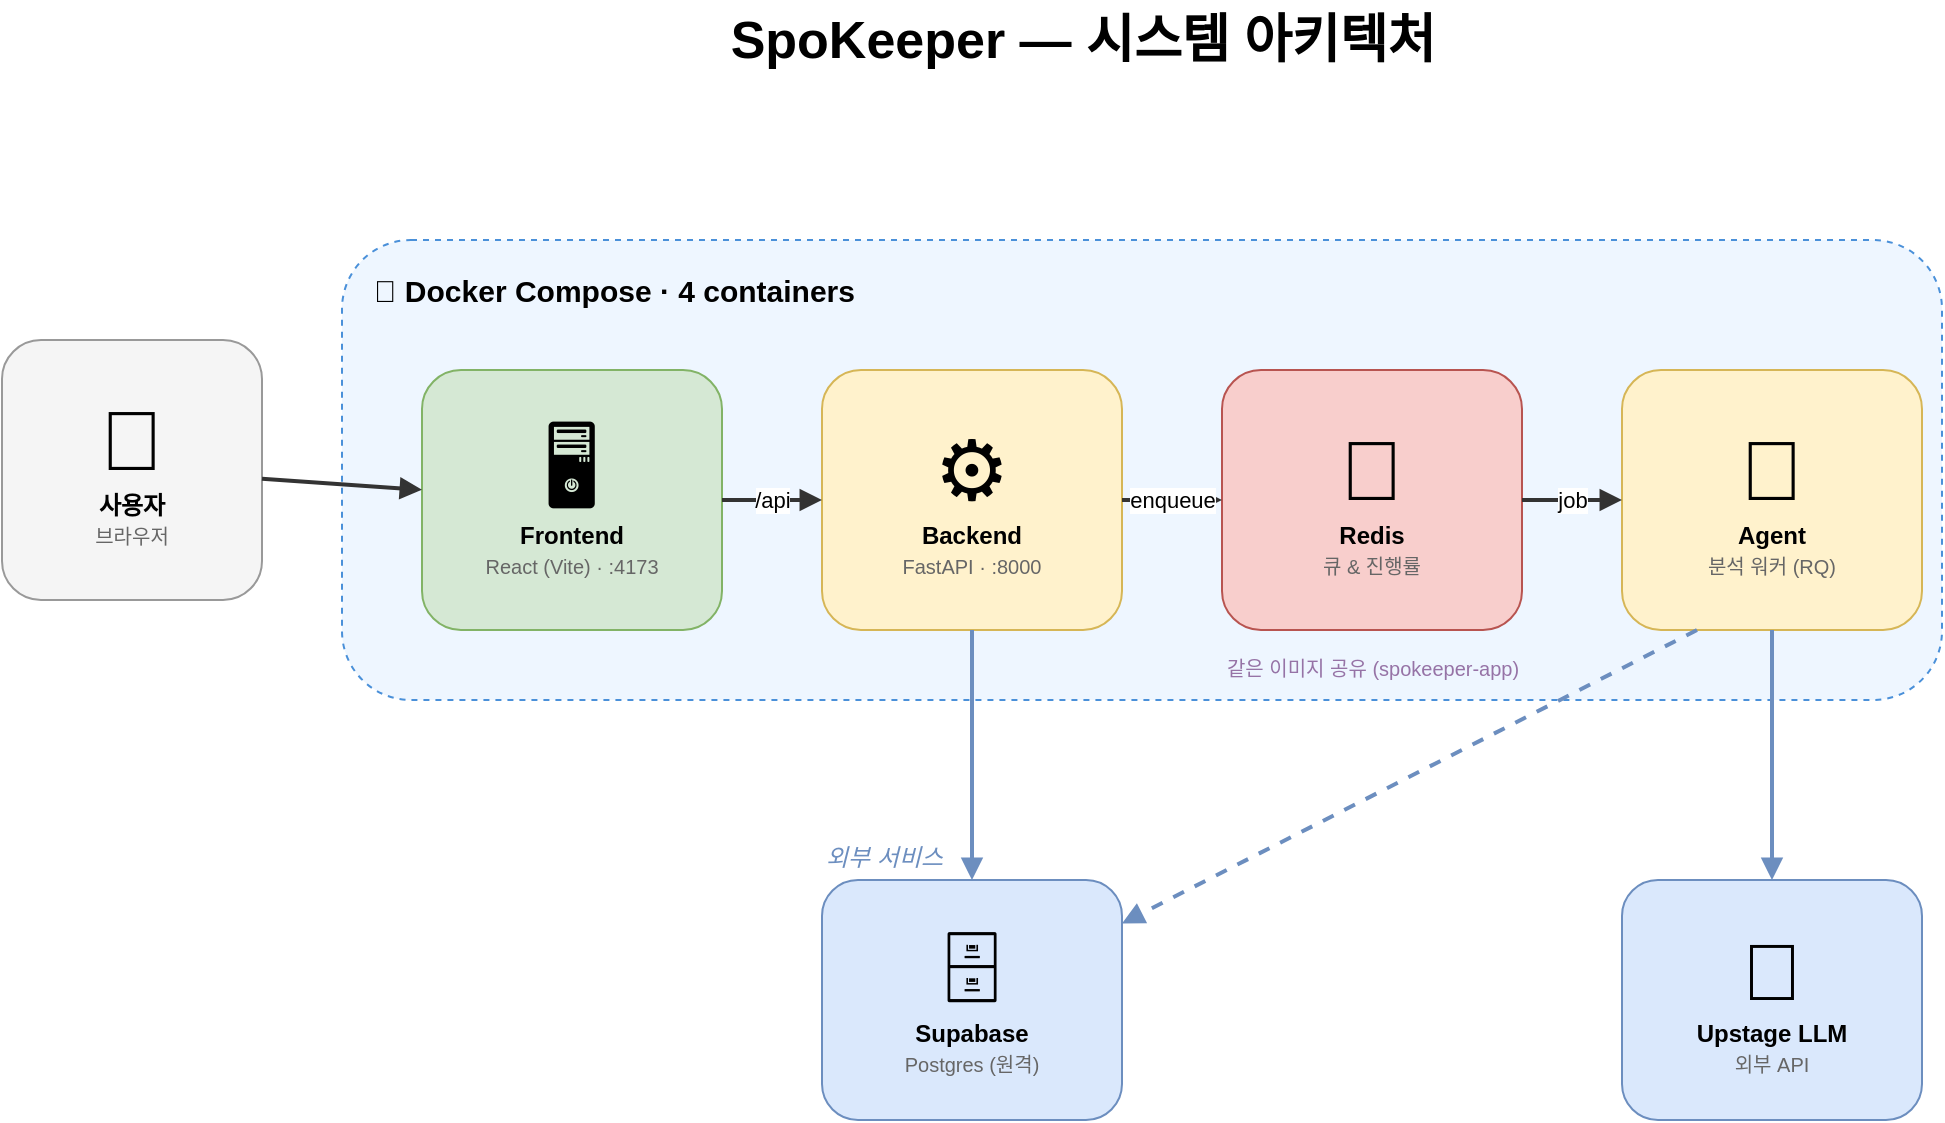
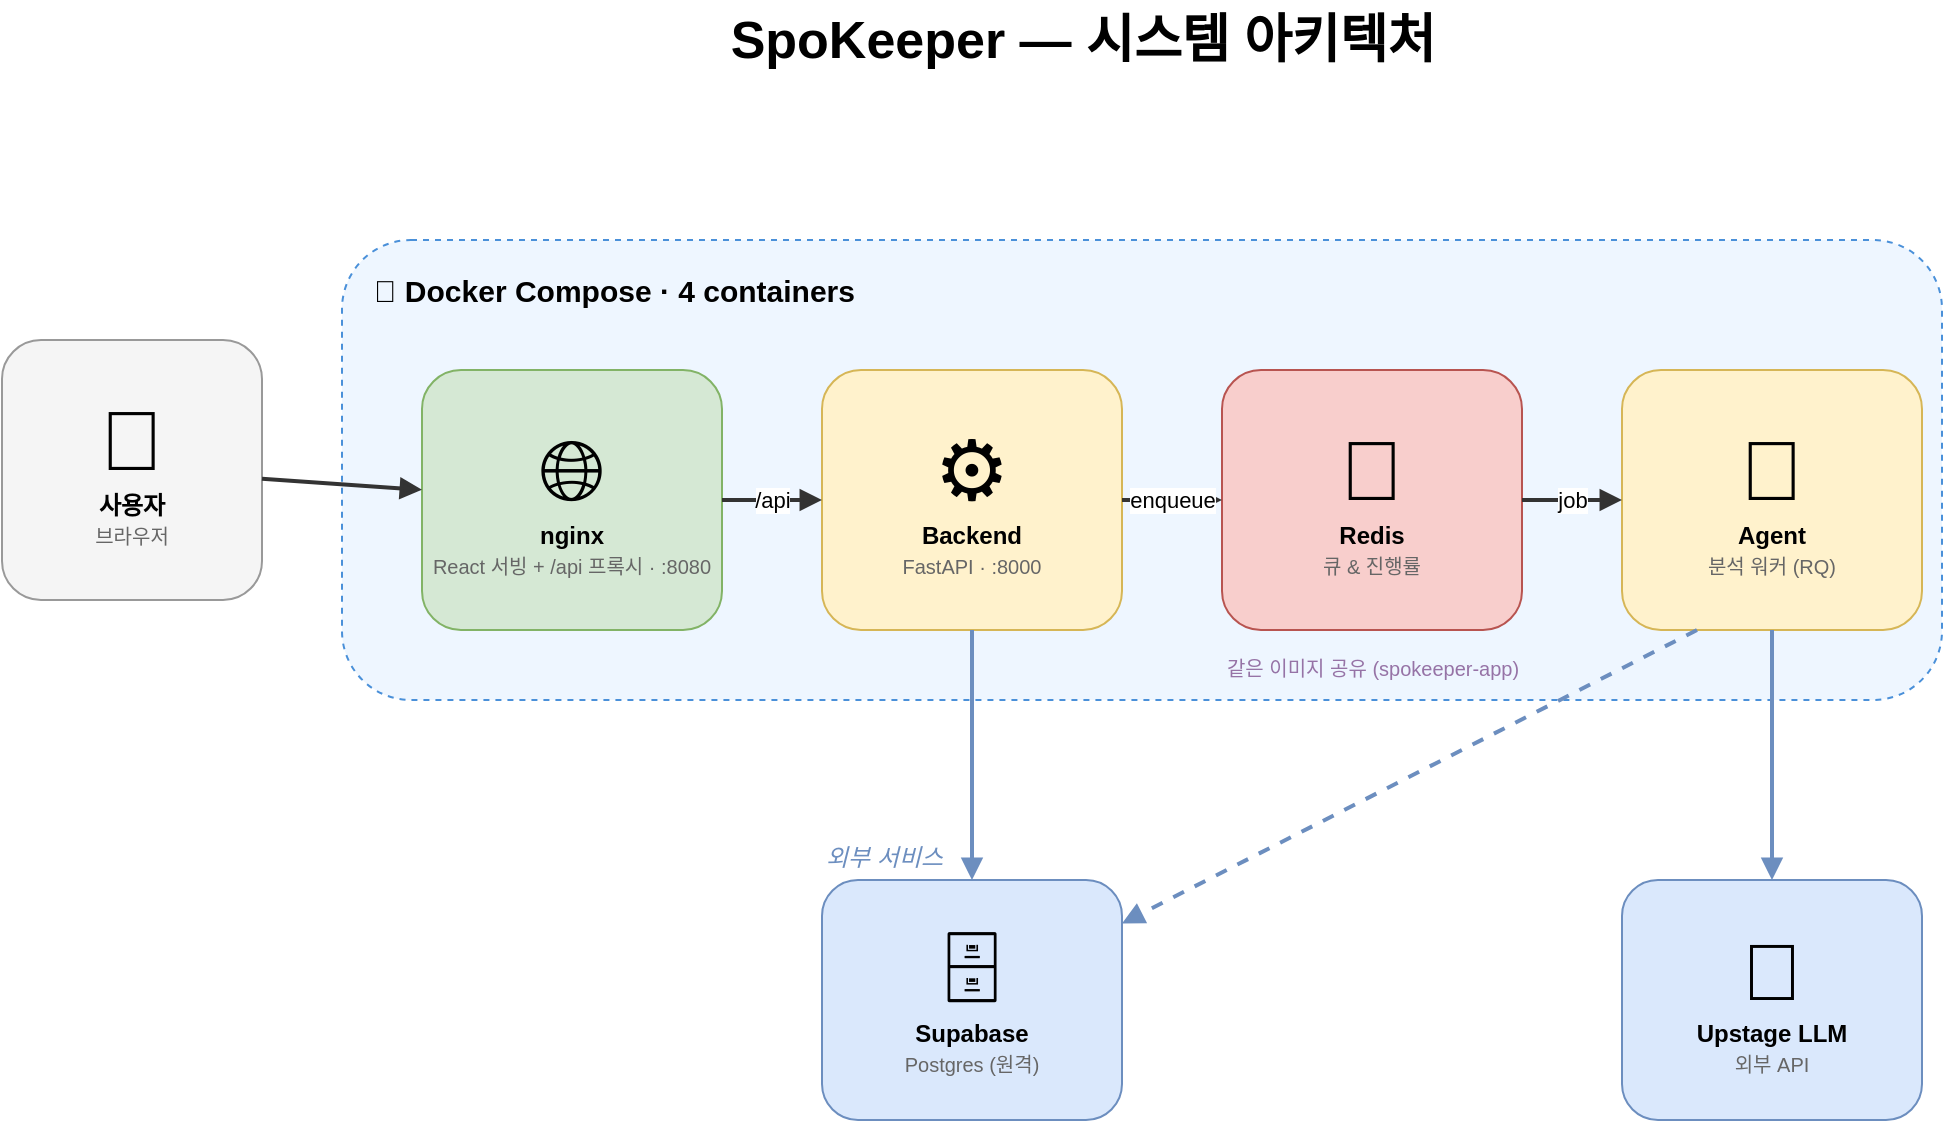
<mxfile host="app.diagrams.net" agent="Claude" version="24.0.0">
  <diagram id="spokeeper-overview" name="SpoKeeper 아키텍처">
    <mxGraphModel dx="1000" dy="700" grid="0" gridSize="10" guides="1" tooltips="1" connect="1" arrows="1" fold="1" page="1" pageScale="1" pageWidth="1200" pageHeight="720" math="0" shadow="0">
      <root>
        <mxCell id="0" />
        <mxCell id="1" parent="0" />

        <!-- Title -->
        <mxCell id="title" value="SpoKeeper — 시스템 아키텍처" style="text;html=1;fontSize=26;fontStyle=1;align=center;verticalAlign=middle;" vertex="1" parent="1">
          <mxGeometry x="360" y="30" width="480" height="40" as="geometry" />
        </mxCell>

        <!-- Docker Compose boundary -->
        <mxCell id="dockerbox" value="🐳 Docker Compose  ·  4 containers" style="rounded=1;whiteSpace=wrap;html=1;fillColor=#eef6ff;strokeColor=#4a90d9;dashed=1;verticalAlign=top;align=left;fontStyle=1;fontSize=15;spacingLeft=14;spacingTop=10;" vertex="1" parent="1">
          <mxGeometry x="230" y="150" width="800" height="230" as="geometry" />
        </mxCell>

        <!-- User -->
        <mxCell id="user" value="&lt;span style=&quot;font-size:42px&quot;&gt;👤&lt;/span&gt;&lt;br&gt;&lt;b&gt;사용자&lt;/b&gt;&lt;br&gt;&lt;span style=&quot;font-size:10px;color:#666&quot;&gt;브라우저&lt;/span&gt;" style="rounded=1;whiteSpace=wrap;html=1;fillColor=#f5f5f5;strokeColor=#999999;verticalAlign=middle;" vertex="1" parent="1">
          <mxGeometry x="60" y="200" width="130" height="130" as="geometry" />
        </mxCell>

-         <!-- Frontend -->
-         <mxCell id="frontend" value="&lt;span style=&quot;font-size:42px&quot;&gt;🖥️&lt;/span&gt;&lt;br&gt;&lt;b&gt;Frontend&lt;/b&gt;&lt;br&gt;&lt;span style=&quot;font-size:10px;color:#666&quot;&gt;React (Vite) · :4173&lt;/span&gt;" style="rounded=1;whiteSpace=wrap;html=1;fillColor=#d5e8d4;strokeColor=#82b366;verticalAlign=middle;" vertex="1" parent="1">
+         <!-- nginx (React 정적 서빙 + /api 프록시) -->
+         <mxCell id="frontend" value="&lt;span style=&quot;font-size:42px&quot;&gt;🌐&lt;/span&gt;&lt;br&gt;&lt;b&gt;nginx&lt;/b&gt;&lt;br&gt;&lt;span style=&quot;font-size:10px;color:#666&quot;&gt;React 서빙 + /api 프록시 · :8080&lt;/span&gt;" style="rounded=1;whiteSpace=wrap;html=1;fillColor=#d5e8d4;strokeColor=#82b366;verticalAlign=middle;" vertex="1" parent="1">
          <mxGeometry x="270" y="215" width="150" height="130" as="geometry" />
        </mxCell>

        <!-- Backend -->
        <mxCell id="backend" value="&lt;span style=&quot;font-size:42px&quot;&gt;⚙️&lt;/span&gt;&lt;br&gt;&lt;b&gt;Backend&lt;/b&gt;&lt;br&gt;&lt;span style=&quot;font-size:10px;color:#666&quot;&gt;FastAPI · :8000&lt;/span&gt;" style="rounded=1;whiteSpace=wrap;html=1;fillColor=#fff2cc;strokeColor=#d6b656;verticalAlign=middle;" vertex="1" parent="1">
          <mxGeometry x="470" y="215" width="150" height="130" as="geometry" />
        </mxCell>

        <!-- Redis -->
        <mxCell id="redis" value="&lt;span style=&quot;font-size:42px&quot;&gt;📨&lt;/span&gt;&lt;br&gt;&lt;b&gt;Redis&lt;/b&gt;&lt;br&gt;&lt;span style=&quot;font-size:10px;color:#666&quot;&gt;큐 &amp; 진행률&lt;/span&gt;" style="rounded=1;whiteSpace=wrap;html=1;fillColor=#f8cecc;strokeColor=#b85450;verticalAlign=middle;" vertex="1" parent="1">
          <mxGeometry x="670" y="215" width="150" height="130" as="geometry" />
        </mxCell>

        <!-- Agent -->
        <mxCell id="agent" value="&lt;span style=&quot;font-size:42px&quot;&gt;🤖&lt;/span&gt;&lt;br&gt;&lt;b&gt;Agent&lt;/b&gt;&lt;br&gt;&lt;span style=&quot;font-size:10px;color:#666&quot;&gt;분석 워커 (RQ)&lt;/span&gt;" style="rounded=1;whiteSpace=wrap;html=1;fillColor=#fff2cc;strokeColor=#d6b656;verticalAlign=middle;" vertex="1" parent="1">
          <mxGeometry x="870" y="215" width="150" height="130" as="geometry" />
        </mxCell>

        <!-- shared image hint -->
        <mxCell id="sharehint" value="같은 이미지 공유 (spokeeper-app)" style="text;html=1;fontSize=10;fontColor=#9673a6;align=center;" vertex="1" parent="1">
          <mxGeometry x="600" y="352" width="290" height="20" as="geometry" />
        </mxCell>

        <!-- External: Supabase -->
        <mxCell id="supabase" value="&lt;span style=&quot;font-size:40px&quot;&gt;🗄️&lt;/span&gt;&lt;br&gt;&lt;b&gt;Supabase&lt;/b&gt;&lt;br&gt;&lt;span style=&quot;font-size:10px;color:#666&quot;&gt;Postgres (원격)&lt;/span&gt;" style="rounded=1;whiteSpace=wrap;html=1;fillColor=#dae8fc;strokeColor=#6c8ebf;verticalAlign=middle;" vertex="1" parent="1">
          <mxGeometry x="470" y="470" width="150" height="120" as="geometry" />
        </mxCell>

        <!-- External: Upstage -->
        <mxCell id="upstage" value="&lt;span style=&quot;font-size:40px&quot;&gt;🧠&lt;/span&gt;&lt;br&gt;&lt;b&gt;Upstage LLM&lt;/b&gt;&lt;br&gt;&lt;span style=&quot;font-size:10px;color:#666&quot;&gt;외부 API&lt;/span&gt;" style="rounded=1;whiteSpace=wrap;html=1;fillColor=#dae8fc;strokeColor=#6c8ebf;verticalAlign=middle;" vertex="1" parent="1">
          <mxGeometry x="870" y="470" width="150" height="120" as="geometry" />
        </mxCell>

        <!-- External label -->
        <mxCell id="extlabel" value="외부 서비스" style="text;html=1;fontSize=12;fontStyle=2;fontColor=#6c8ebf;align=left;" vertex="1" parent="1">
          <mxGeometry x="470" y="445" width="200" height="20" as="geometry" />
        </mxCell>

        <!-- ===== Edges ===== -->
        <mxCell id="e1" style="endArrow=block;html=1;strokeColor=#333333;strokeWidth=2;fontSize=11;" edge="1" parent="1" source="user" target="frontend">
          <mxGeometry relative="1" as="geometry" />
        </mxCell>
        <mxCell id="e2" value="/api" style="endArrow=block;html=1;strokeColor=#333333;strokeWidth=2;fontSize=11;" edge="1" parent="1" source="frontend" target="backend">
          <mxGeometry relative="1" as="geometry" />
        </mxCell>
        <mxCell id="e3" value="enqueue" style="endArrow=block;html=1;strokeColor=#333333;strokeWidth=2;fontSize=11;" edge="1" parent="1" source="backend" target="redis">
          <mxGeometry relative="1" as="geometry" />
        </mxCell>
        <mxCell id="e4" value="job" style="endArrow=block;html=1;strokeColor=#333333;strokeWidth=2;fontSize=11;" edge="1" parent="1" source="redis" target="agent">
          <mxGeometry relative="1" as="geometry" />
        </mxCell>
        <mxCell id="e5" style="endArrow=block;html=1;strokeColor=#6c8ebf;strokeWidth=2;fontSize=11;" edge="1" parent="1" source="backend" target="supabase">
          <mxGeometry relative="1" as="geometry" />
        </mxCell>
        <mxCell id="e6" style="endArrow=block;html=1;strokeColor=#6c8ebf;strokeWidth=2;fontSize=11;" edge="1" parent="1" source="agent" target="upstage">
          <mxGeometry relative="1" as="geometry" />
        </mxCell>
        <mxCell id="e7" style="endArrow=block;html=1;strokeColor=#6c8ebf;strokeWidth=2;fontSize=11;dashed=1;exitX=0.25;exitY=1;exitDx=0;exitDy=0;" edge="1" parent="1" source="agent" target="supabase">
          <mxGeometry relative="1" as="geometry" />
        </mxCell>

      </root>
    </mxGraphModel>
  </diagram>
</mxfile>
